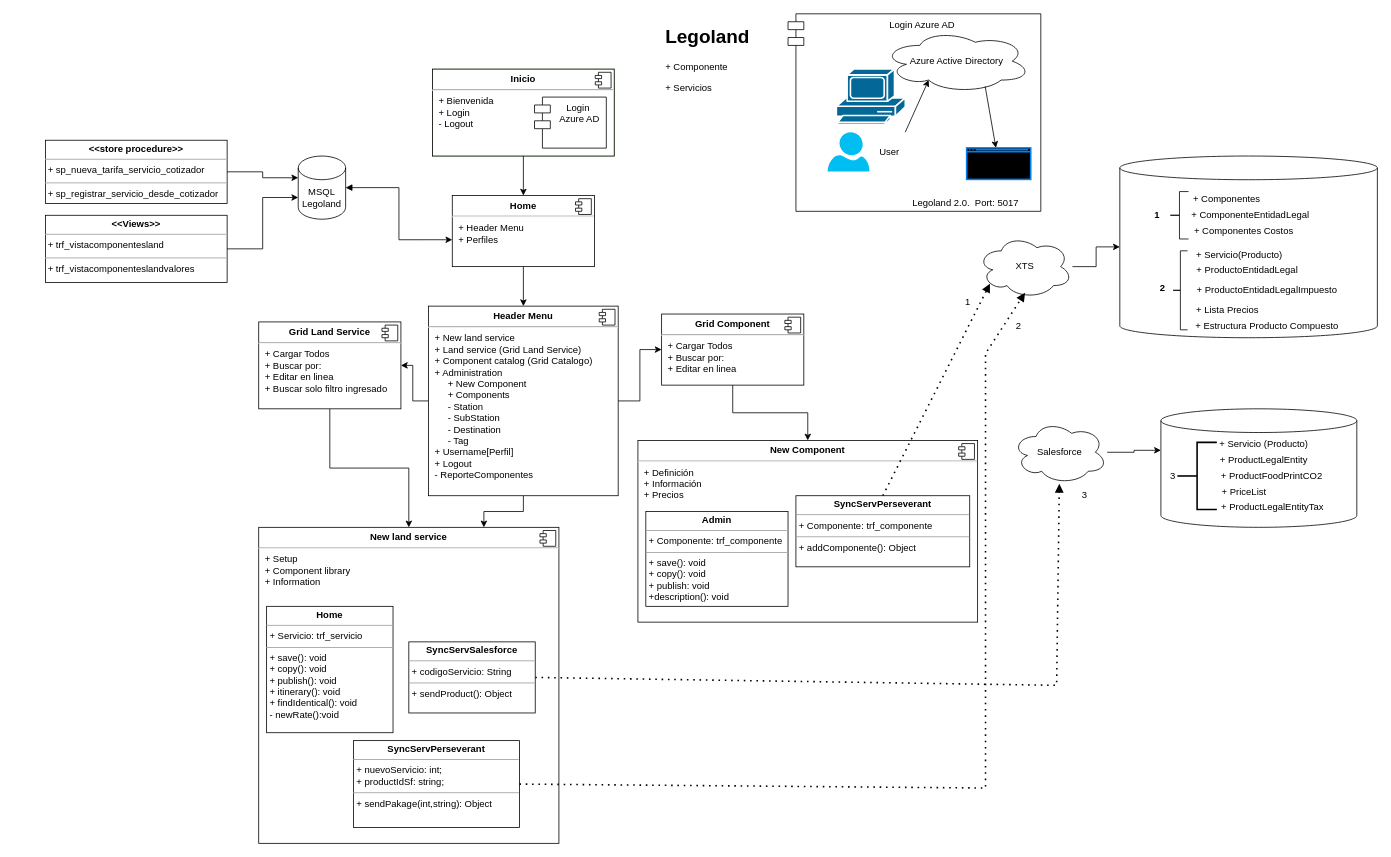
The draw.io diagram Legoland2.drawio in TecladoZurdo/UML, before the edit. Source tidied: cells renumbered, new cells numbered last; positions are measured from the earlier drawing's top-left corner, leaving out a move shared by most shapes. Both pictures are drawn from the tidied source at 79%, with x=0, y=0 at pixel (45, 13).
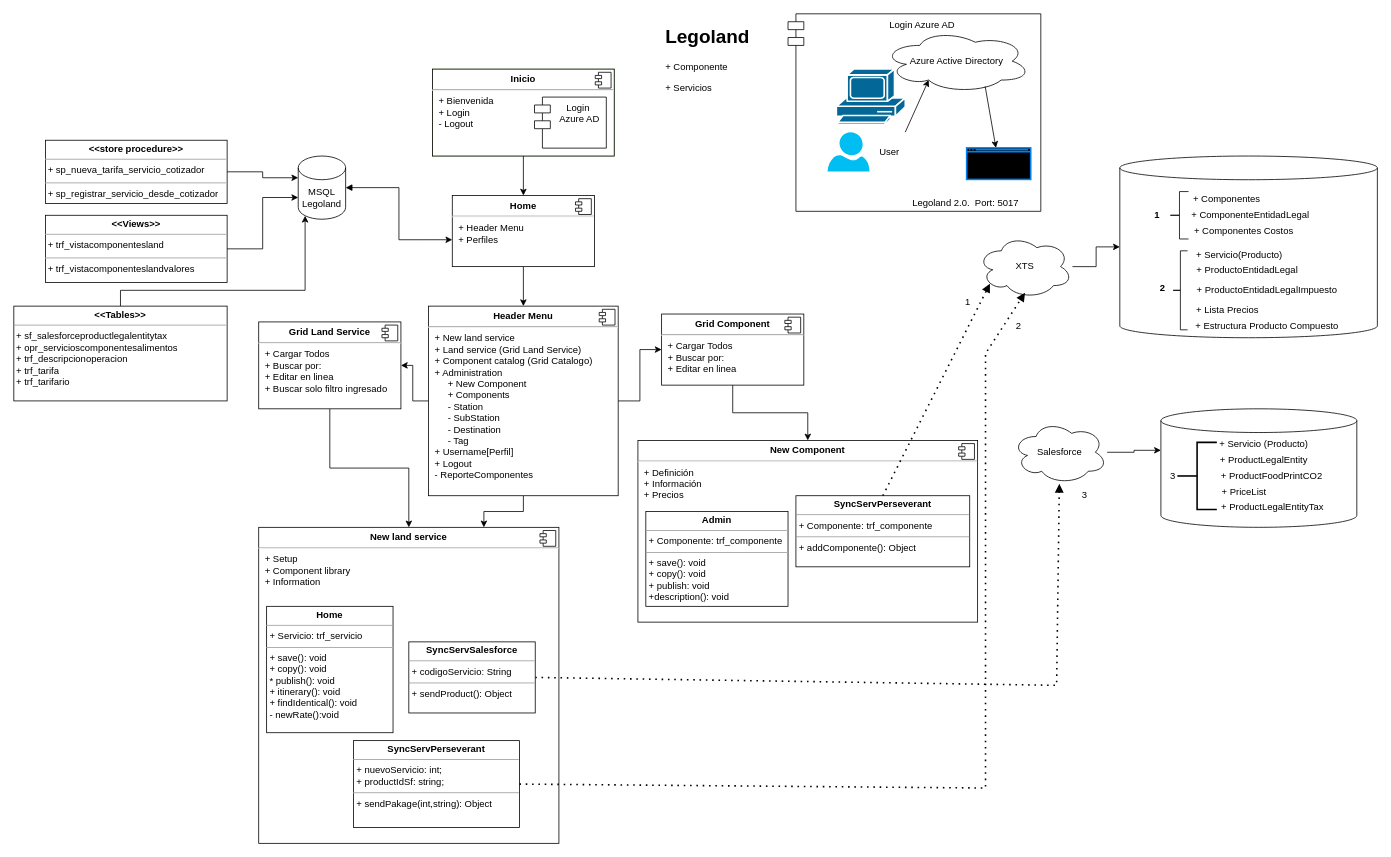
After the change.

The change refers to these unchanged cells:
```xml
<mxCell id="2" value="MSQL&lt;br&gt;Legoland" style="shape=cylinder3;whiteSpace=wrap;html=1;boundedLbl=1;backgroundOutline=1;size=15;rounded=0;" parent="1" vertex="1">
  <mxGeometry x="320" y="180" width="60" height="80" as="geometry" />
</mxCell>
```

The edit, as a diff of the source:
```diff
@@
-    <mxCell id="49" value="&lt;p style=&quot;margin:0px;margin-top:4px;text-align:center;&quot;&gt;&lt;b&gt;Home&lt;/b&gt;&lt;/p&gt;&lt;hr size=&quot;1&quot;&gt;&lt;p style=&quot;margin:0px;margin-left:4px;&quot;&gt;+ Servicio: trf_servicio&lt;/p&gt;&lt;hr size=&quot;1&quot;&gt;&lt;p style=&quot;margin:0px;margin-left:4px;&quot;&gt;+ save(): void&lt;/p&gt;&lt;p style=&quot;margin:0px;margin-left:4px;&quot;&gt;+ copy(): void&lt;/p&gt;&lt;p style=&quot;margin:0px;margin-left:4px;&quot;&gt;+ publish(): void&lt;/p&gt;&lt;p style=&quot;margin:0px;margin-left:4px;&quot;&gt;+ itinerary(): void&lt;/p&gt;&lt;p style=&quot;margin:0px;margin-left:4px;&quot;&gt;+ findIdentical(): void&lt;/p&gt;&lt;p style=&quot;margin:0px;margin-left:4px;&quot;&gt;- newRate():void&lt;/p&gt;&lt;p style=&quot;margin:0px;margin-left:4px;&quot;&gt;&lt;br&gt;&lt;/p&gt;" style="verticalAlign=top;align=left;overflow=fill;fontSize=12;fontFamily=Helvetica;html=1;whiteSpace=wrap;rounded=0;" parent="1" vertex="1">
+    <mxCell id="49" value="&lt;p style=&quot;margin:0px;margin-top:4px;text-align:center;&quot;&gt;&lt;b&gt;Home&lt;/b&gt;&lt;/p&gt;&lt;hr size=&quot;1&quot;&gt;&lt;p style=&quot;margin:0px;margin-left:4px;&quot;&gt;+ Servicio: trf_servicio&lt;/p&gt;&lt;hr size=&quot;1&quot;&gt;&lt;p style=&quot;margin:0px;margin-left:4px;&quot;&gt;+ save(): void&lt;/p&gt;&lt;p style=&quot;margin:0px;margin-left:4px;&quot;&gt;+ copy(): void&lt;/p&gt;&lt;p style=&quot;margin:0px;margin-left:4px;&quot;&gt;* publish(): void&lt;/p&gt;&lt;p style=&quot;margin:0px;margin-left:4px;&quot;&gt;+ itinerary(): void&lt;/p&gt;&lt;p style=&quot;margin:0px;margin-left:4px;&quot;&gt;+ findIdentical(): void&lt;/p&gt;&lt;p style=&quot;margin:0px;margin-left:4px;&quot;&gt;- newRate():void&lt;/p&gt;&lt;p style=&quot;margin:0px;margin-left:4px;&quot;&gt;&lt;br&gt;&lt;/p&gt;" style="verticalAlign=top;align=left;overflow=fill;fontSize=12;fontFamily=Helvetica;html=1;whiteSpace=wrap;rounded=0;" parent="1" vertex="1">
       <mxGeometry x="280" y="750" width="160" height="160" as="geometry" />
     </mxCell>
@@
+    <mxCell id="84" value="&lt;p style=&quot;margin:0px;margin-top:4px;text-align:center;&quot;&gt;&lt;b&gt;&amp;lt;&amp;lt;Tables&amp;gt;&amp;gt;&lt;/b&gt;&lt;/p&gt;&lt;hr size=&quot;1&quot;&gt;&lt;p style=&quot;margin:0px;margin-left:4px;&quot;&gt;&lt;/p&gt;&lt;p style=&quot;margin:0px;margin-left:4px;&quot;&gt;&lt;/p&gt;&amp;nbsp;+ sf_salesforceproductlegalentitytax&lt;br&gt;&amp;nbsp;+&amp;nbsp;&lt;span dir=&quot;ltr&quot; class=&quot;ui-provider a b c d e f g h i j k l m n o p q r s t u v w x y z ab ac ae af ag ah ai aj ak&quot;&gt;&lt;/span&gt;&lt;span dir=&quot;ltr&quot; class=&quot;ui-provider a b c d e f g h i j k l m n o p q r s t u v w x y z ab ac ae af ag ah ai aj ak&quot;&gt;&lt;/span&gt;&lt;span dir=&quot;ltr&quot; class=&quot;ui-provider a b c d e f g h i j k l m n o p q r s t u v w x y z ab ac ae af ag ah ai aj ak&quot;&gt;&lt;/span&gt;opr_servicioscomponentesalimentos&lt;br&gt;&amp;nbsp;+&amp;nbsp;trf_descripcionoperacion&lt;br&gt;&amp;nbsp;+ trf_tarifa&lt;br&gt;&amp;nbsp;+ trf_tarifario" style="verticalAlign=top;align=left;overflow=fill;fontSize=12;fontFamily=Helvetica;html=1;whiteSpace=wrap;" parent="1" vertex="1">
+      <mxGeometry x="-40" y="370" width="270" height="120" as="geometry" />
+    </mxCell>
+    <mxCell id="85" style="edgeStyle=orthogonalEdgeStyle;rounded=0;jettySize=auto;html=1;entryX=0.145;entryY=1;entryDx=0;entryDy=-4.35;entryPerimeter=0;" parent="1" edge="1" source="84" target="2">
+      <mxGeometry relative="1" as="geometry">
+        <Array as="points">
+          <mxPoint x="95" y="350" />
+          <mxPoint x="329" y="350" />
+        </Array>
+      </mxGeometry>
+    </mxCell>
```
